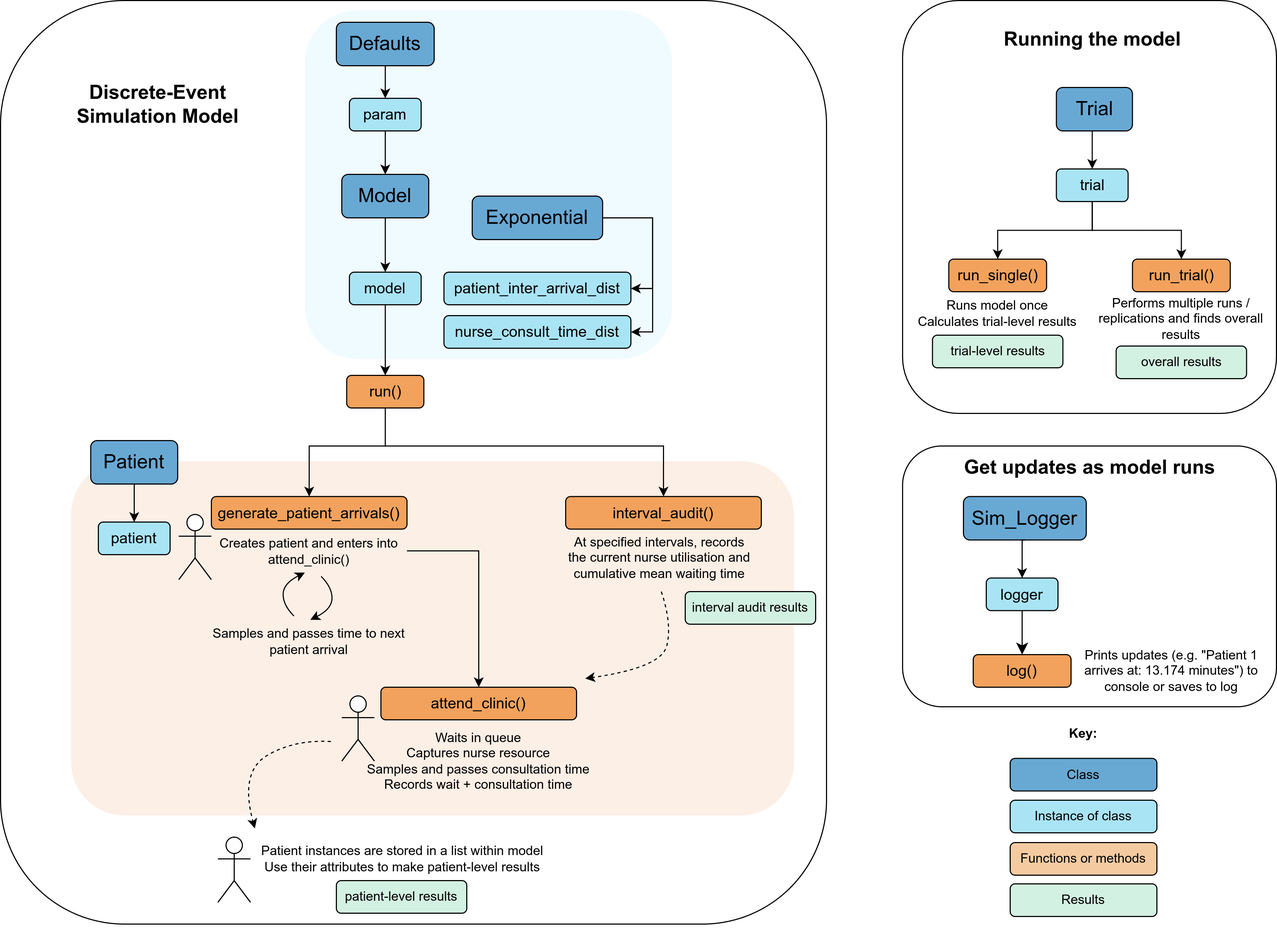
Above: docs/assets/model_structure.png in pythonhealthdatascience/pydesrap_mms (draw.io), before the change. Source tidied: cells renumbered, new cells last; positions are measured from the earlier drawing's top-left corner, leaving out a move shared by most shapes.
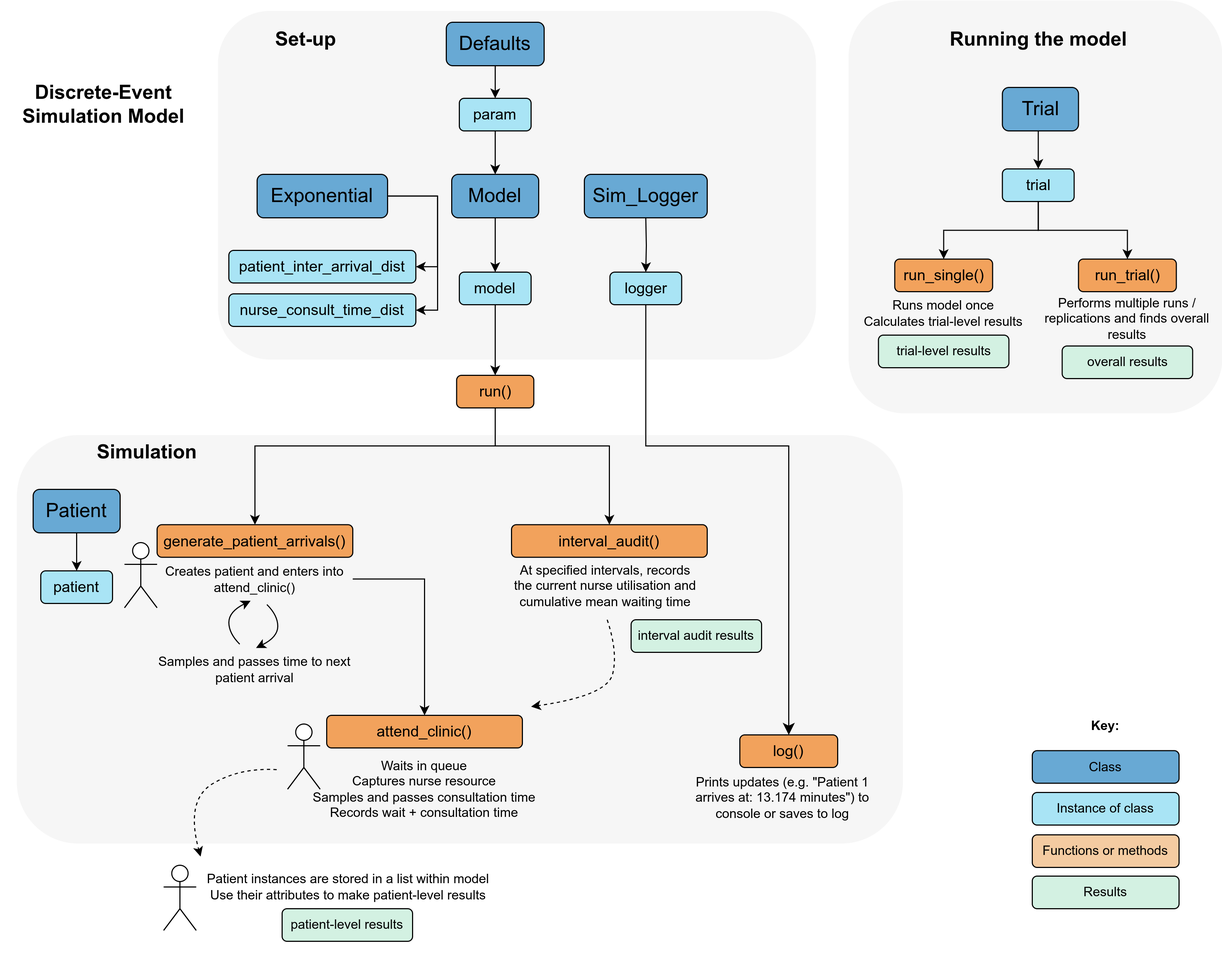
After the change.

Commit message:
docs(model structure): correct location of Sim Logger in diagram, and simplify confusing background boxes/shades

The edit, as a diff of the source:
```diff
@@ -4,13 +4,10 @@
     <mxCell id="1" parent="0" />
-    <mxCell id="2" style="rounded=1;whiteSpace=wrap;html=1;fillColor=#FFFFFF;" parent="1" vertex="1">
+    <mxCell id="2" style="rounded=1;whiteSpace=wrap;html=1;fillColor=#EEEEEE;strokeColor=none;opacity=50;" parent="1" vertex="1">
       <mxGeometry x="830" width="344" height="380" as="geometry" />
     </mxCell>
-    <mxCell id="3" style="rounded=1;whiteSpace=wrap;html=1;fillColor=#FFFFFF;" parent="1" vertex="1">
-      <mxGeometry width="760" height="850" as="geometry" />
-    </mxCell>
-    <mxCell id="4" style="rounded=1;whiteSpace=wrap;html=1;strokeColor=none;fillColor=#FCEFE6;fontStyle=1;" parent="1" vertex="1">
-      <mxGeometry x="65" y="424" width="665" height="326" as="geometry" />
+    <mxCell id="4" style="rounded=1;whiteSpace=wrap;html=1;strokeColor=none;fillColor=#EEEEEE;fontStyle=1;opacity=50;" parent="1" vertex="1">
+      <mxGeometry x="65" y="400" width="815" height="376" as="geometry" />
     </mxCell>
-    <mxCell id="5" style="rounded=1;whiteSpace=wrap;html=1;strokeColor=none;fillColor=#f0fbff;fontStyle=1;" parent="1" vertex="1">
-      <mxGeometry x="280" y="9" width="338" height="321" as="geometry" />
+    <mxCell id="5" style="rounded=1;whiteSpace=wrap;html=1;strokeColor=none;fillColor=#EEEEEE;fontStyle=1;opacity=50;" parent="1" vertex="1">
+      <mxGeometry x="250" y="9.5" width="550" height="321" as="geometry" />
     </mxCell>
@@ -23,3 +20,3 @@
     <mxCell id="8" value="&lt;font style=&quot;font-size: 18px;&quot;&gt;Exponential&lt;/font&gt;" style="rounded=1;whiteSpace=wrap;html=1;fillColor=#68A9D4;" parent="1" vertex="1">
-      <mxGeometry x="434" y="180" width="120" height="40" as="geometry" />
+      <mxGeometry x="286" y="160" width="120" height="40" as="geometry" />
     </mxCell>
@@ -29,3 +26,3 @@
     <mxCell id="10" value="&lt;font style=&quot;font-size: 18px;&quot;&gt;Defaults&lt;/font&gt;" style="rounded=1;whiteSpace=wrap;html=1;fillColor=#68A9D4;" parent="1" vertex="1">
-      <mxGeometry x="309" y="20" width="90" height="40" as="geometry" />
+      <mxGeometry x="460" y="20" width="90" height="40" as="geometry" />
     </mxCell>
@@ -35,3 +32,3 @@
     <mxCell id="12" value="&lt;font style=&quot;font-size: 18px;&quot;&gt;Model&lt;/font&gt;" style="rounded=1;whiteSpace=wrap;html=1;fillColor=#68A9D4;" parent="1" vertex="1">
-      <mxGeometry x="314" y="160" width="80" height="40" as="geometry" />
+      <mxGeometry x="465" y="160" width="80" height="40" as="geometry" />
     </mxCell>
@@ -47,3 +44,3 @@
     <mxCell id="16" value="&lt;font style=&quot;font-size: 14px;&quot;&gt;param&lt;/font&gt;" style="rounded=1;whiteSpace=wrap;html=1;fillColor=#A9E4F5;" parent="1" vertex="1">
-      <mxGeometry x="321" y="90" width="66" height="30" as="geometry" />
+      <mxGeometry x="472" y="90" width="66" height="30" as="geometry" />
     </mxCell>
@@ -53,3 +50,3 @@
     <mxCell id="18" value="&lt;font style=&quot;font-size: 14px;&quot;&gt;model&lt;/font&gt;" style="rounded=1;whiteSpace=wrap;html=1;fillColor=#A9E4F5;" parent="1" vertex="1">
-      <mxGeometry x="321" y="250" width="66" height="30" as="geometry" />
+      <mxGeometry x="472" y="250" width="66" height="30" as="geometry" />
     </mxCell>
@@ -58,3 +55,3 @@
         <Array as="points">
-          <mxPoint x="354" y="410" />
+          <mxPoint x="505" y="410" />
           <mxPoint x="284" y="410" />
@@ -66,3 +63,3 @@
         <Array as="points">
-          <mxPoint x="354" y="410" />
+          <mxPoint x="505" y="410" />
           <mxPoint x="610" y="410" />
@@ -72,9 +69,9 @@
     <mxCell id="21" value="&lt;span style=&quot;font-size: 14px;&quot;&gt;run()&lt;/span&gt;" style="rounded=1;whiteSpace=wrap;html=1;fillColor=#F2A25C;" parent="1" vertex="1">
-      <mxGeometry x="318.5" y="345" width="71" height="30" as="geometry" />
+      <mxGeometry x="469.5" y="345" width="71" height="30" as="geometry" />
     </mxCell>
     <mxCell id="22" value="&lt;span style=&quot;font-size: 14px;&quot;&gt;generate_patient_arrivals()&lt;/span&gt;" style="rounded=1;whiteSpace=wrap;html=1;fillColor=#F2A25C;" parent="1" vertex="1">
-      <mxGeometry x="194" y="456.5" width="180" height="30" as="geometry" />
+      <mxGeometry x="194" y="482.5" width="180" height="30" as="geometry" />
     </mxCell>
     <mxCell id="23" value="&lt;span style=&quot;font-size: 14px;&quot;&gt;interval_audit()&lt;/span&gt;" style="rounded=1;whiteSpace=wrap;html=1;fillColor=#F2A25C;" parent="1" vertex="1">
-      <mxGeometry x="520" y="456.5" width="180" height="30" as="geometry" />
+      <mxGeometry x="520" y="482.5" width="180" height="30" as="geometry" />
     </mxCell>
@@ -84,9 +81,9 @@
     <mxCell id="25" value="Creates patient and enters into attend_clinic()" style="text;html=1;align=center;verticalAlign=middle;whiteSpace=wrap;rounded=0;" parent="1" vertex="1">
-      <mxGeometry x="194" y="486.5" width="180" height="40" as="geometry" />
+      <mxGeometry x="194" y="512.5" width="180" height="40" as="geometry" />
     </mxCell>
     <mxCell id="26" value="&lt;span style=&quot;font-size: 14px;&quot;&gt;attend_clinic()&lt;/span&gt;" style="rounded=1;whiteSpace=wrap;html=1;fillColor=#F2A25C;" parent="1" vertex="1">
-      <mxGeometry x="350" y="632" width="180" height="30" as="geometry" />
+      <mxGeometry x="350" y="658" width="180" height="30" as="geometry" />
     </mxCell>
     <mxCell id="27" value="Samples and passes time to next patient arrival" style="text;html=1;align=center;verticalAlign=middle;whiteSpace=wrap;rounded=0;" parent="1" vertex="1">
-      <mxGeometry x="194" y="570" width="180" height="40" as="geometry" />
+      <mxGeometry x="194" y="596" width="180" height="40" as="geometry" />
     </mxCell>
@@ -94,7 +91,7 @@
       <mxGeometry relative="1" as="geometry">
-        <mxPoint x="270" y="566.5" as="sourcePoint" />
-        <mxPoint x="280" y="526.5" as="targetPoint" />
+        <mxPoint x="270" y="592.5" as="sourcePoint" />
+        <mxPoint x="280" y="552.5" as="targetPoint" />
         <Array as="points">
-          <mxPoint x="260" y="556.5" />
-          <mxPoint x="260" y="536.5" />
+          <mxPoint x="260" y="582.5" />
+          <mxPoint x="260" y="562.5" />
         </Array>
@@ -103,15 +100,15 @@
     <mxCell id="29" value="&lt;div&gt;&lt;br&gt;&lt;/div&gt;&lt;div&gt;&lt;br&gt;&lt;/div&gt;" style="shape=umlActor;verticalLabelPosition=bottom;verticalAlign=top;html=1;" parent="1" vertex="1">
-      <mxGeometry x="164" y="473" width="30" height="60" as="geometry" />
+      <mxGeometry x="164" y="499" width="30" height="60" as="geometry" />
     </mxCell>
     <mxCell id="30" value="&lt;div&gt;&lt;br&gt;&lt;/div&gt;&lt;div&gt;&lt;br&gt;&lt;/div&gt;" style="shape=umlActor;verticalLabelPosition=bottom;verticalAlign=top;html=1;" parent="1" vertex="1">
-      <mxGeometry x="314" y="640" width="30" height="60" as="geometry" />
+      <mxGeometry x="314" y="666" width="30" height="60" as="geometry" />
     </mxCell>
     <mxCell id="31" value="Waits in queue&lt;div&gt;Captures nurse resource&lt;/div&gt;&lt;div&gt;Samples and passes consultation time&lt;/div&gt;&lt;div&gt;Records wait + consultation time&lt;/div&gt;" style="text;html=1;align=center;verticalAlign=middle;whiteSpace=wrap;rounded=0;" parent="1" vertex="1">
-      <mxGeometry x="325" y="680" width="230" height="40" as="geometry" />
+      <mxGeometry x="325" y="706" width="230" height="40" as="geometry" />
     </mxCell>
     <mxCell id="32" value="&lt;div&gt;&lt;br&gt;&lt;/div&gt;&lt;div&gt;&lt;br&gt;&lt;/div&gt;" style="shape=umlActor;verticalLabelPosition=bottom;verticalAlign=top;html=1;" parent="1" vertex="1">
-      <mxGeometry x="200" y="770" width="30" height="60" as="geometry" />
+      <mxGeometry x="200" y="796" width="30" height="60" as="geometry" />
     </mxCell>
     <mxCell id="33" value="Patient instances are stored in a list within model&lt;div&gt;Use their attributes to make patient-level results&lt;/div&gt;" style="text;html=1;align=center;verticalAlign=middle;whiteSpace=wrap;rounded=0;" parent="1" vertex="1">
-      <mxGeometry x="230" y="770" width="280" height="40" as="geometry" />
+      <mxGeometry x="230" y="796" width="280" height="40" as="geometry" />
     </mxCell>
@@ -121,3 +118,3 @@
     <mxCell id="35" value="&lt;font style=&quot;font-size: 18px;&quot;&gt;Patient&lt;/font&gt;" style="rounded=1;whiteSpace=wrap;html=1;fillColor=#68A9D4;" parent="1" vertex="1">
-      <mxGeometry x="83" y="405" width="80" height="40" as="geometry" />
+      <mxGeometry x="80" y="450" width="80" height="40" as="geometry" />
     </mxCell>
@@ -133,9 +130,9 @@
     <mxCell id="39" value="&lt;font style=&quot;font-size: 14px;&quot;&gt;patient&lt;/font&gt;" style="rounded=1;whiteSpace=wrap;html=1;fillColor=#A9E4F5;" parent="1" vertex="1">
-      <mxGeometry x="90" y="480" width="66" height="30" as="geometry" />
+      <mxGeometry x="87" y="525" width="66" height="30" as="geometry" />
     </mxCell>
     <mxCell id="40" value="&lt;font style=&quot;font-size: 14px;&quot;&gt;patient_inter_arrival_dist&lt;/font&gt;" style="rounded=1;whiteSpace=wrap;html=1;fillColor=#A9E4F5;" parent="1" vertex="1">
-      <mxGeometry x="408" y="250" width="172" height="30" as="geometry" />
+      <mxGeometry x="260" y="230" width="172" height="30" as="geometry" />
     </mxCell>
     <mxCell id="41" value="&lt;font style=&quot;font-size: 14px;&quot;&gt;nurse_consult_time_dist&lt;/font&gt;" style="rounded=1;whiteSpace=wrap;html=1;fillColor=#A9E4F5;" parent="1" vertex="1">
-      <mxGeometry x="408" y="290" width="172" height="30" as="geometry" />
+      <mxGeometry x="260" y="270" width="172" height="30" as="geometry" />
     </mxCell>
@@ -151,6 +148,6 @@
     <mxCell id="45" value="patient-level results" style="rounded=1;whiteSpace=wrap;html=1;fillColor=#D3F1E2;" parent="1" vertex="1">
-      <mxGeometry x="309" y="810" width="120" height="30" as="geometry" />
+      <mxGeometry x="309" y="836" width="120" height="30" as="geometry" />
     </mxCell>
     <mxCell id="46" value="interval audit results" style="rounded=1;whiteSpace=wrap;html=1;fillColor=#D3F1E2;" parent="1" vertex="1">
-      <mxGeometry x="630" y="544" width="120" height="30" as="geometry" />
+      <mxGeometry x="630" y="570" width="120" height="30" as="geometry" />
     </mxCell>
@@ -166,18 +163,18 @@
     <mxCell id="50" value="At specified intervals, records the current nurse utilisation and cumulative mean waiting time" style="text;html=1;align=center;verticalAlign=middle;whiteSpace=wrap;rounded=0;" parent="1" vertex="1">
-      <mxGeometry x="519" y="493" width="175" height="40" as="geometry" />
+      <mxGeometry x="519" y="519" width="175" height="40" as="geometry" />
     </mxCell>
     <mxCell id="51" value="Key:" style="text;html=1;align=center;verticalAlign=middle;whiteSpace=wrap;rounded=0;fontStyle=1;" parent="1" vertex="1">
-      <mxGeometry x="974" y="662" width="45" height="25" as="geometry" />
+      <mxGeometry x="1044" y="655" width="45" height="25" as="geometry" />
     </mxCell>
     <mxCell id="52" value="Results" style="rounded=1;whiteSpace=wrap;html=1;fillColor=#D3F1E2;" parent="1" vertex="1">
-      <mxGeometry x="929" y="813" width="135" height="30" as="geometry" />
+      <mxGeometry x="999" y="806" width="135" height="30" as="geometry" />
     </mxCell>
     <mxCell id="53" value="Functions or methods" style="rounded=1;whiteSpace=wrap;html=1;fillColor=#F4CBA1;" parent="1" vertex="1">
-      <mxGeometry x="929" y="775" width="135" height="30" as="geometry" />
+      <mxGeometry x="999" y="768" width="135" height="30" as="geometry" />
     </mxCell>
     <mxCell id="54" value="Instance of class" style="rounded=1;whiteSpace=wrap;html=1;fillColor=#A9E4F5;" parent="1" vertex="1">
-      <mxGeometry x="929" y="736" width="135" height="30" as="geometry" />
+      <mxGeometry x="999" y="729" width="135" height="30" as="geometry" />
     </mxCell>
     <mxCell id="55" value="Class" style="rounded=1;whiteSpace=wrap;html=1;fillColor=#68A9D4;" parent="1" vertex="1">
-      <mxGeometry x="929" y="697.5" width="135" height="30" as="geometry" />
+      <mxGeometry x="999" y="690.5" width="135" height="30" as="geometry" />
     </mxCell>
@@ -185,7 +182,7 @@
       <mxGeometry relative="1" as="geometry">
-        <mxPoint x="295" y="530" as="sourcePoint" />
-        <mxPoint x="285" y="570" as="targetPoint" />
+        <mxPoint x="295" y="556" as="sourcePoint" />
+        <mxPoint x="285" y="596" as="targetPoint" />
         <Array as="points">
-          <mxPoint x="305" y="540" />
-          <mxPoint x="305" y="560" />
+          <mxPoint x="305" y="566" />
+          <mxPoint x="305" y="586" />
         </Array>
@@ -198,7 +195,7 @@
       <mxGeometry relative="1" as="geometry">
-        <mxPoint x="608" y="544" as="sourcePoint" />
-        <mxPoint x="538" y="624" as="targetPoint" />
+        <mxPoint x="608" y="570" as="sourcePoint" />
+        <mxPoint x="538" y="650" as="targetPoint" />
         <Array as="points">
-          <mxPoint x="618" y="574" />
-          <mxPoint x="608" y="614" />
+          <mxPoint x="618" y="600" />
+          <mxPoint x="608" y="640" />
         </Array>
@@ -208,7 +205,7 @@
       <mxGeometry relative="1" as="geometry">
-        <mxPoint x="304" y="682" as="sourcePoint" />
-        <mxPoint x="234" y="762" as="targetPoint" />
+        <mxPoint x="304" y="708" as="sourcePoint" />
+        <mxPoint x="234" y="788" as="targetPoint" />
         <Array as="points">
-          <mxPoint x="270" y="680" />
-          <mxPoint x="220" y="710" />
+          <mxPoint x="270" y="706" />
+          <mxPoint x="220" y="736" />
         </Array>
@@ -222,10 +219,4 @@
     </mxCell>
-    <mxCell id="62" style="rounded=1;whiteSpace=wrap;html=1;fillColor=#FFFFFF;" parent="1" vertex="1">
-      <mxGeometry x="830" y="410" width="344" height="240" as="geometry" />
-    </mxCell>
-    <mxCell id="63" value="&lt;span style=&quot;font-size: 18px;&quot;&gt;Get updates as model runs&lt;/span&gt;" style="text;html=1;align=center;verticalAlign=middle;whiteSpace=wrap;rounded=0;fontStyle=1;" parent="1" vertex="1">
-      <mxGeometry x="853.5" y="414" width="297" height="31" as="geometry" />
-    </mxCell>
     <mxCell id="64" value="&lt;font style=&quot;font-size: 18px;&quot;&gt;Sim_Logger&lt;/font&gt;" style="rounded=1;whiteSpace=wrap;html=1;fillColor=#68A9D4;" parent="1" vertex="1">
-      <mxGeometry x="886" y="456.5" width="113" height="40" as="geometry" />
+      <mxGeometry x="587" y="160" width="113" height="40" as="geometry" />
     </mxCell>
@@ -233,17 +224,28 @@
       <mxGeometry relative="1" as="geometry">
-        <mxPoint x="942.5" y="496.5" as="sourcePoint" />
+        <mxPoint x="643.5" y="200" as="sourcePoint" />
       </mxGeometry>
     </mxCell>
-    <mxCell id="66" style="edgeStyle=none;curved=1;rounded=0;jettySize=auto;html=1;exitX=0.5;exitY=1;exitDx=0;exitDy=0;fontSize=12;startSize=8;endSize=8;" parent="1" edge="1" source="67" target="68">
-      <mxGeometry relative="1" as="geometry" />
+    <mxCell id="66" style="edgeStyle=orthogonalEdgeStyle;rounded=0;jettySize=auto;html=1;exitX=0.5;exitY=1;exitDx=0;exitDy=0;entryX=0.5;entryY=0;entryDx=0;entryDy=0;fontSize=12;startSize=8;endSize=8;" parent="1" edge="1" source="67" target="68">
+      <mxGeometry relative="1" as="geometry">
+        <Array as="points">
+          <mxPoint x="644" y="410" />
+          <mxPoint x="775" y="410" />
+        </Array>
+      </mxGeometry>
     </mxCell>
     <mxCell id="67" value="&lt;font style=&quot;font-size: 14px;&quot;&gt;logger&lt;/font&gt;" style="rounded=1;whiteSpace=wrap;html=1;fillColor=#A9E4F5;" parent="1" vertex="1">
-      <mxGeometry x="907" y="531.5" width="66" height="30" as="geometry" />
+      <mxGeometry x="610.5" y="250" width="66" height="30" as="geometry" />
     </mxCell>
     <mxCell id="68" value="&lt;font style=&quot;font-size: 14px;&quot;&gt;log()&lt;/font&gt;" style="rounded=1;whiteSpace=wrap;html=1;fillColor=#F2A25C;" parent="1" vertex="1">
-      <mxGeometry x="895" y="602" width="90" height="30" as="geometry" />
+      <mxGeometry x="730" y="676" width="90" height="30" as="geometry" />
     </mxCell>
     <mxCell id="69" value="Prints updates&amp;nbsp;&lt;span style=&quot;background-color: transparent; color: light-dark(rgb(0, 0, 0), rgb(255, 255, 255));&quot;&gt;(e.g. &quot;Patient 1 arrives at: 13.174 minutes&quot;) to console or saves to log&lt;/span&gt;" style="text;html=1;align=center;verticalAlign=middle;whiteSpace=wrap;rounded=0;" parent="1" vertex="1">
-      <mxGeometry x="985" y="597" width="185" height="40" as="geometry" />
+      <mxGeometry x="676.5" y="713.5" width="185" height="40" as="geometry" />
     </mxCell>
+    <mxCell id="70" value="&lt;font style=&quot;font-size: 18px;&quot;&gt;Set-up&lt;/font&gt;" style="text;html=1;align=center;verticalAlign=middle;whiteSpace=wrap;rounded=0;fontStyle=1;" parent="1" vertex="1">
+      <mxGeometry x="286" y="20" width="90" height="31" as="geometry" />
+    </mxCell>
+    <mxCell id="71" value="&lt;font style=&quot;font-size: 18px;&quot;&gt;Simulation&lt;/font&gt;" style="text;html=1;align=center;verticalAlign=middle;whiteSpace=wrap;rounded=0;fontStyle=1;" parent="1" vertex="1">
+      <mxGeometry x="130" y="400" width="110" height="31" as="geometry" />
+    </mxCell>
   </root>
```
